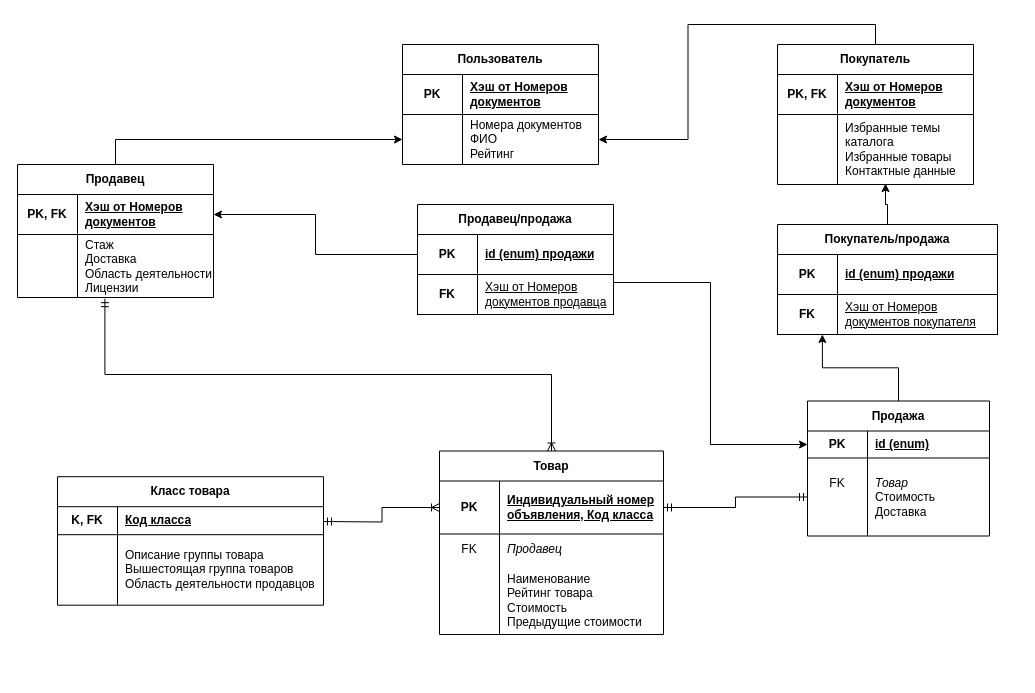
Above: page "Страница — 2" (2 of 2) of Диаграмма без названия.drawio in Djuckman/Compilers2 (draw.io), before the change. Source tidied: cells renumbered, new cells numbered last; positions are measured from the earlier drawing's top-left corner, leaving out a move shared by most shapes. Both pictures are drawn from the tidied source at 100%, with x=0, y=0 at pixel (17, 44).
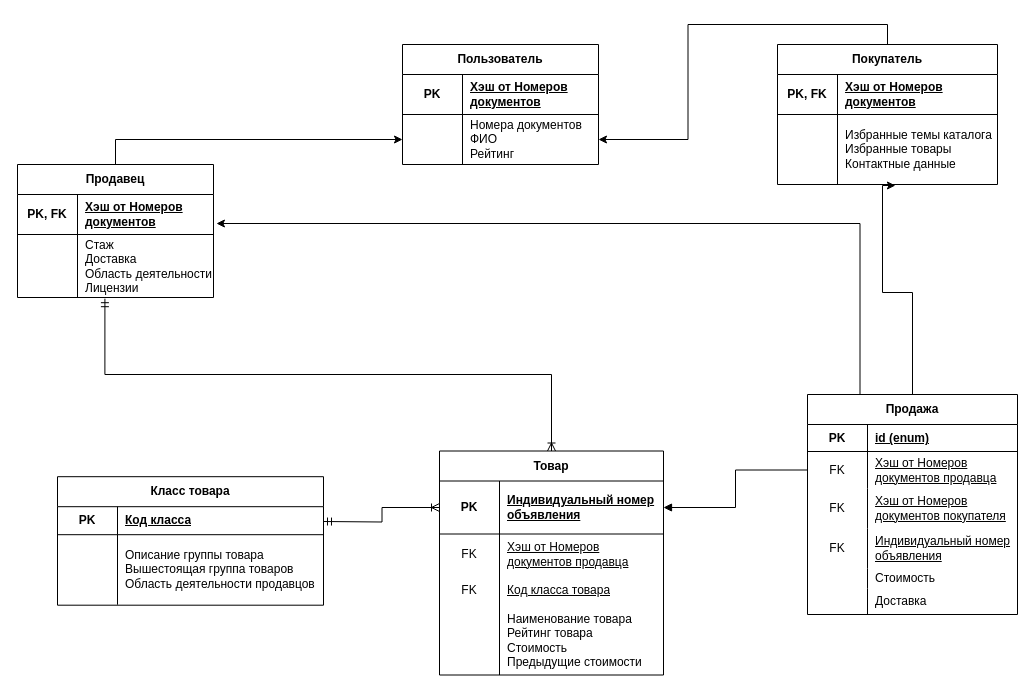
The same page after the edit.

The change refers to these unchanged cells:
```xml
<mxCell id="22" style="shape=tableRow;horizontal=0;startSize=0;swimlaneHead=0;swimlaneBody=0;fillColor=none;points=[[0,0.5],[1,0.5]];portConstraint=eastwest;top=0;left=0;right=0;bottom=1;html=1;" parent="21" vertex="1">
  <mxGeometry y="30" width="224" height="53" as="geometry" />
</mxCell>
<mxCell id="32" style="shape=tableRow;horizontal=0;startSize=0;swimlaneHead=0;swimlaneBody=0;fillColor=none;top=0;left=0;right=0;bottom=1;html=1;" parent="31" vertex="1">
  <mxGeometry y="30" width="266" height="28" as="geometry" />
</mxCell>
<mxCell id="42" style="shape=tableRow;horizontal=0;startSize=0;swimlaneHead=0;swimlaneBody=0;fillColor=none;points=[[0,0.5],[1,0.5]];portConstraint=eastwest;top=0;left=0;right=0;bottom=1;html=1;" parent="41" vertex="1">
  <mxGeometry y="30" width="196" height="40" as="geometry" />
</mxCell>
```

Change to the diagram source:
```diff
@@
-    <mxCell id="13" value="Продажа" style="shape=table;startSize=30;childLayout=tableLayout;rowLines=0;fontStyle=1;align=center;html=1;whiteSpace=wrap;" parent="1" vertex="1">
-      <mxGeometry x="790" y="356.5" width="182" height="135" as="geometry" />
-    </mxCell>
-    <mxCell id="14" style="shape=tableRow;horizontal=0;startSize=0;swimlaneHead=0;swimlaneBody=0;fillColor=none;points=[[0,0.5],[1,0.5]];portConstraint=eastwest;top=0;left=0;right=0;bottom=1;html=1;" parent="13" vertex="1">
-      <mxGeometry y="30" width="182" height="27" as="geometry" />
-    </mxCell>
-    <mxCell id="15" value="PK" style="shape=partialRectangle;fillColor=none;top=0;left=0;bottom=0;right=0;fontStyle=1;overflow=hidden;html=1;whiteSpace=wrap;" parent="14" vertex="1">
-      <mxGeometry width="60" height="27" as="geometry" />
-    </mxCell>
-    <mxCell id="16" value="id (enum)" style="shape=partialRectangle;fillColor=none;top=0;left=0;bottom=0;right=0;align=left;spacingLeft=6;fontStyle=5;overflow=hidden;html=1;whiteSpace=wrap;" parent="14" vertex="1">
-      <mxGeometry x="60" width="122" height="27" as="geometry" />
-    </mxCell>
-    <mxCell id="17" style="shape=tableRow;horizontal=0;startSize=0;swimlaneHead=0;swimlaneBody=0;fillColor=none;points=[[0,0.5],[1,0.5]];portConstraint=eastwest;top=0;left=0;right=0;bottom=0;html=1;" parent="13" vertex="1">
-      <mxGeometry y="57" width="182" height="78" as="geometry" />
-    </mxCell>
-    <mxCell id="18" value="&lt;div&gt;FK&lt;/div&gt;&lt;div&gt;&lt;br&gt;&lt;/div&gt;&lt;div&gt;&lt;br&gt;&lt;/div&gt;" style="shape=partialRectangle;fillColor=none;top=0;left=0;bottom=0;right=0;overflow=hidden;html=1;whiteSpace=wrap;" parent="17" vertex="1">
-      <mxGeometry width="60" height="78" as="geometry" />
-    </mxCell>
-    <mxCell id="19" value="&lt;div&gt;&lt;i style=&quot;background-color: initial;&quot;&gt;Товар&lt;/i&gt;&lt;br&gt;&lt;/div&gt;&lt;div&gt;Стоимость&lt;/div&gt;&lt;div&gt;Доставка&lt;/div&gt;" style="shape=partialRectangle;fillColor=none;top=0;left=0;bottom=0;right=0;align=left;spacingLeft=6;overflow=hidden;html=1;whiteSpace=wrap;" parent="17" vertex="1">
-      <mxGeometry x="60" width="122" height="78" as="geometry" />
-    </mxCell>
@@
     <mxCell id="21" value="Товар" style="shape=table;startSize=30;childLayout=tableLayout;rowLines=0;fontStyle=1;align=center;html=1;whiteSpace=wrap;" parent="1" vertex="1">
-      <mxGeometry x="422" y="406.5" width="224" height="183.5" as="geometry" />
+      <mxGeometry x="422" y="406.5" width="224" height="224" as="geometry" />
     </mxCell>
@@
-    <mxCell id="24" value="Индивидуальный номер объявления, Код класса" style="shape=partialRectangle;fillColor=none;top=0;left=0;bottom=0;right=0;align=left;spacingLeft=6;fontStyle=5;overflow=hidden;html=1;whiteSpace=wrap;" parent="22" vertex="1">
+    <mxCell id="24" value="Индивидуальный номер объявления" style="shape=partialRectangle;fillColor=none;top=0;left=0;bottom=0;right=0;align=left;spacingLeft=6;fontStyle=5;overflow=hidden;html=1;whiteSpace=wrap;" parent="22" vertex="1">
       <mxGeometry x="60" width="164" height="53" as="geometry" />
     </mxCell>
     <mxCell id="25" style="shape=tableRow;horizontal=0;startSize=0;swimlaneHead=0;swimlaneBody=0;fillColor=none;top=0;left=0;right=0;bottom=0;html=1;" parent="21" vertex="1">
-      <mxGeometry y="83" width="224" height="31" as="geometry" />
+      <mxGeometry y="83" width="224" height="41" as="geometry" />
     </mxCell>
     <mxCell id="26" value="FK" style="shape=partialRectangle;fillColor=none;top=0;left=0;bottom=0;right=0;overflow=hidden;html=1;whiteSpace=wrap;" parent="25" vertex="1">
-      <mxGeometry width="60" height="31" as="geometry" />
+      <mxGeometry width="60" height="41" as="geometry" />
     </mxCell>
-    <mxCell id="27" value="&lt;div&gt;&lt;i&gt;Продавец&lt;/i&gt;&lt;/div&gt;" style="shape=partialRectangle;fillColor=none;top=0;left=0;bottom=0;right=0;align=left;spacingLeft=6;overflow=hidden;html=1;whiteSpace=wrap;" parent="25" vertex="1">
-      <mxGeometry x="60" width="164" height="31" as="geometry" />
+    <mxCell id="27" value="&lt;span style=&quot;text-decoration-line: underline;&quot;&gt;Хэш от Номеров документов продавца&lt;/span&gt;" style="shape=partialRectangle;fillColor=none;top=0;left=0;bottom=0;right=0;align=left;spacingLeft=6;overflow=hidden;html=1;whiteSpace=wrap;" parent="25" vertex="1">
+      <mxGeometry x="60" width="164" height="41" as="geometry" />
     </mxCell>
+    <mxCell id="73" style="shape=tableRow;horizontal=0;startSize=0;swimlaneHead=0;swimlaneBody=0;fillColor=none;top=0;left=0;right=0;bottom=0;html=1;" parent="21" vertex="1">
+      <mxGeometry y="124" width="224" height="30" as="geometry" />
+    </mxCell>
+    <mxCell id="74" value="FK" style="shape=partialRectangle;fillColor=none;top=0;left=0;bottom=0;right=0;overflow=hidden;html=1;whiteSpace=wrap;" parent="73" vertex="1">
+      <mxGeometry width="60" height="30" as="geometry" />
+    </mxCell>
+    <mxCell id="75" value="&lt;u&gt;Код класса товара&lt;/u&gt;" style="shape=partialRectangle;fillColor=none;top=0;left=0;bottom=0;right=0;align=left;spacingLeft=6;overflow=hidden;html=1;whiteSpace=wrap;" parent="73" vertex="1">
+      <mxGeometry x="60" width="164" height="30" as="geometry" />
+    </mxCell>
     <mxCell id="28" style="shape=tableRow;horizontal=0;startSize=0;swimlaneHead=0;swimlaneBody=0;fillColor=none;top=0;left=0;right=0;bottom=0;html=1;" parent="21" vertex="1">
-      <mxGeometry y="114" width="224" height="70" as="geometry" />
+      <mxGeometry y="154" width="224" height="70" as="geometry" />
     </mxCell>
@@
-    <mxCell id="30" value="&lt;div&gt;&lt;span style=&quot;background-color: initial;&quot;&gt;Наименование&lt;/span&gt;&lt;br&gt;&lt;/div&gt;Рейтинг товара&lt;div&gt;Стоимость&lt;/div&gt;&lt;div&gt;Предыдущие стоимости&lt;/div&gt;" style="shape=partialRectangle;fillColor=none;top=0;left=0;bottom=0;right=0;align=left;spacingLeft=6;overflow=hidden;html=1;whiteSpace=wrap;" parent="28" vertex="1">
+    <mxCell id="30" value="&lt;div&gt;&lt;span style=&quot;background-color: initial;&quot;&gt;Наименование товара&lt;/span&gt;&lt;br&gt;&lt;/div&gt;Рейтинг товара&lt;div&gt;Стоимость&lt;/div&gt;&lt;div&gt;Предыдущие стоимости&lt;/div&gt;" style="shape=partialRectangle;fillColor=none;top=0;left=0;bottom=0;right=0;align=left;spacingLeft=6;overflow=hidden;html=1;whiteSpace=wrap;" parent="28" vertex="1">
       <mxGeometry x="60" width="164" height="70" as="geometry" />
     </mxCell>
@@
-    <mxCell id="33" value="K, FK" style="shape=partialRectangle;fillColor=none;top=0;left=0;bottom=0;right=0;fontStyle=1;overflow=hidden;html=1;whiteSpace=wrap;" parent="32" vertex="1">
+    <mxCell id="33" value="PK" style="shape=partialRectangle;fillColor=none;top=0;left=0;bottom=0;right=0;fontStyle=1;overflow=hidden;html=1;whiteSpace=wrap;" parent="32" vertex="1">
       <mxGeometry width="60" height="28" as="geometry" />
     </mxCell>
@@
-    <mxCell id="40" style="edgeStyle=orthogonalEdgeStyle;rounded=0;jettySize=auto;html=1;exitX=0;exitY=0.5;exitDx=0;exitDy=0;entryX=1;entryY=0.5;entryDx=0;entryDy=0;startArrow=ERmandOne;startFill=0;endArrow=ERmandOne;endFill=0;" parent="1" edge="1" source="17" target="22">
+    <mxCell id="40" style="edgeStyle=orthogonalEdgeStyle;rounded=0;jettySize=auto;html=1;exitX=0;exitY=0.5;exitDx=0;exitDy=0;entryX=1;entryY=0.5;entryDx=0;entryDy=0;startArrow=none;startFill=0;endArrow=block;endFill=1;" parent="1" edge="1" source="17" target="22">
       <mxGeometry relative="1" as="geometry" />
     </mxCell>
@@
     <mxCell id="48" value="Покупатель" style="shape=table;startSize=30;childLayout=tableLayout;rowLines=0;fontStyle=1;align=center;html=1;whiteSpace=wrap;" parent="1" vertex="1">
-      <mxGeometry x="760" width="196" height="140" as="geometry" />
+      <mxGeometry x="760" width="220" height="140" as="geometry" />
     </mxCell>
     <mxCell id="49" style="shape=tableRow;horizontal=0;startSize=0;swimlaneHead=0;swimlaneBody=0;fillColor=none;top=0;left=0;right=0;bottom=1;html=1;" parent="48" vertex="1">
-      <mxGeometry y="30" width="196" height="40" as="geometry" />
+      <mxGeometry y="30" width="220" height="40" as="geometry" />
     </mxCell>
@@
     <mxCell id="51" value="Хэш от Номеров документов" style="shape=partialRectangle;fillColor=none;top=0;left=0;bottom=0;right=0;align=left;spacingLeft=6;fontStyle=5;overflow=hidden;html=1;whiteSpace=wrap;" parent="49" vertex="1">
-      <mxGeometry x="60" width="136" height="40" as="geometry" />
+      <mxGeometry x="60" width="160" height="40" as="geometry" />
     </mxCell>
     <mxCell id="52" style="shape=tableRow;horizontal=0;startSize=0;swimlaneHead=0;swimlaneBody=0;fillColor=none;points=[[0,0.5],[1,0.5]];portConstraint=eastwest;top=0;left=0;right=0;bottom=0;html=1;" parent="48" vertex="1">
-      <mxGeometry y="70" width="196" height="70" as="geometry" />
+      <mxGeometry y="70" width="220" height="70" as="geometry" />
     </mxCell>
@@
     <mxCell id="54" value="&lt;div&gt;Избранные темы каталога&lt;br&gt;&lt;/div&gt;Избранные товары&lt;div&gt;Контактные данные&lt;/div&gt;&lt;div&gt;&lt;/div&gt;" style="shape=partialRectangle;fillColor=none;top=0;left=0;bottom=0;right=0;align=left;spacingLeft=6;overflow=hidden;html=1;whiteSpace=wrap;" parent="52" vertex="1">
-      <mxGeometry x="60" width="136" height="70" as="geometry" />
+      <mxGeometry x="60" width="160" height="70" as="geometry" />
     </mxCell>
-    <mxCell id="55" value="Продавец/продажа" style="shape=table;startSize=30;childLayout=tableLayout;rowLines=0;fontStyle=1;align=center;html=1;whiteSpace=wrap;" parent="1" vertex="1">
-      <mxGeometry x="400" y="160" width="196" height="110" as="geometry" />
-    </mxCell>
-    <mxCell id="56" style="shape=tableRow;horizontal=0;startSize=0;swimlaneHead=0;swimlaneBody=0;fillColor=none;points=[[0,0.5],[1,0.5]];portConstraint=eastwest;top=0;left=0;right=0;bottom=1;html=1;" parent="55" vertex="1">
-      <mxGeometry y="30" width="196" height="40" as="geometry" />
-    </mxCell>
-    <mxCell id="57" value="PK" style="shape=partialRectangle;fillColor=none;top=0;left=0;bottom=0;right=0;fontStyle=1;overflow=hidden;html=1;whiteSpace=wrap;" parent="56" vertex="1">
-      <mxGeometry width="60" height="40" as="geometry" />
-    </mxCell>
-    <mxCell id="58" value="id (enum) продажи" style="shape=partialRectangle;fillColor=none;top=0;left=0;bottom=0;right=0;align=left;spacingLeft=6;fontStyle=5;overflow=hidden;html=1;whiteSpace=wrap;" parent="56" vertex="1">
-      <mxGeometry x="60" width="136" height="40" as="geometry" />
-    </mxCell>
-    <mxCell id="59" style="shape=tableRow;horizontal=0;startSize=0;swimlaneHead=0;swimlaneBody=0;fillColor=none;points=[[0,0.5],[1,0.5]];portConstraint=eastwest;top=0;left=0;right=0;bottom=1;html=1;" parent="55" vertex="1">
-      <mxGeometry y="70" width="196" height="40" as="geometry" />
-    </mxCell>
-    <mxCell id="60" value="FK" style="shape=partialRectangle;fillColor=none;top=0;left=0;bottom=0;right=0;fontStyle=1;overflow=hidden;html=1;whiteSpace=wrap;" parent="59" vertex="1">
-      <mxGeometry width="60" height="40" as="geometry" />
-    </mxCell>
-    <mxCell id="61" value="&lt;span style=&quot;font-weight: normal;&quot;&gt;Хэш от Номеров документов продавца&lt;/span&gt;" style="shape=partialRectangle;fillColor=none;top=0;left=0;bottom=0;right=0;align=left;spacingLeft=6;fontStyle=5;overflow=hidden;html=1;whiteSpace=wrap;" parent="59" vertex="1">
-      <mxGeometry x="60" width="136" height="40" as="geometry" />
-    </mxCell>
-    <mxCell id="62" style="edgeStyle=orthogonalEdgeStyle;rounded=0;jettySize=auto;html=1;exitX=0;exitY=0.5;exitDx=0;exitDy=0;entryX=1;entryY=0.5;entryDx=0;entryDy=0;" parent="1" edge="1" source="56" target="42">
-      <mxGeometry relative="1" as="geometry" />
-    </mxCell>
-    <mxCell id="63" style="edgeStyle=orthogonalEdgeStyle;rounded=0;jettySize=auto;html=1;exitX=1;exitY=0.2;exitDx=0;exitDy=0;entryX=0;entryY=0.5;entryDx=0;entryDy=0;exitPerimeter=0;" parent="1" edge="1" source="59" target="14">
-      <mxGeometry relative="1" as="geometry" />
-    </mxCell>
-    <mxCell id="64" style="edgeStyle=orthogonalEdgeStyle;rounded=0;jettySize=auto;html=1;exitX=0.5;exitY=0;exitDx=0;exitDy=0;entryX=0.204;entryY=1;entryDx=0;entryDy=0;entryPerimeter=0;" parent="1" edge="1" source="13" target="69">
-      <mxGeometry relative="1" as="geometry" />
-    </mxCell>
-    <mxCell id="65" value="Покупатель/продажа" style="shape=table;startSize=30;childLayout=tableLayout;rowLines=0;fontStyle=1;align=center;html=1;whiteSpace=wrap;" parent="1" vertex="1">
-      <mxGeometry x="760" y="180" width="220" height="110" as="geometry" />
-    </mxCell>
-    <mxCell id="66" style="shape=tableRow;horizontal=0;startSize=0;swimlaneHead=0;swimlaneBody=0;fillColor=none;top=0;left=0;right=0;bottom=1;html=1;" parent="65" vertex="1">
-      <mxGeometry y="30" width="220" height="40" as="geometry" />
-    </mxCell>
-    <mxCell id="67" value="PK" style="shape=partialRectangle;fillColor=none;top=0;left=0;bottom=0;right=0;fontStyle=1;overflow=hidden;html=1;whiteSpace=wrap;" parent="66" vertex="1">
-      <mxGeometry width="60" height="40" as="geometry" />
-    </mxCell>
-    <mxCell id="68" value="id (enum) продажи" style="shape=partialRectangle;fillColor=none;top=0;left=0;bottom=0;right=0;align=left;spacingLeft=6;fontStyle=5;overflow=hidden;html=1;whiteSpace=wrap;" parent="66" vertex="1">
-      <mxGeometry x="60" width="160" height="40" as="geometry" />
-    </mxCell>
-    <mxCell id="69" style="shape=tableRow;horizontal=0;startSize=0;swimlaneHead=0;swimlaneBody=0;fillColor=none;points=[[0,0.5],[1,0.5]];portConstraint=eastwest;top=0;left=0;right=0;bottom=1;html=1;" parent="65" vertex="1">
-      <mxGeometry y="70" width="220" height="40" as="geometry" />
-    </mxCell>
-    <mxCell id="70" value="FK" style="shape=partialRectangle;fillColor=none;top=0;left=0;bottom=0;right=0;fontStyle=1;overflow=hidden;html=1;whiteSpace=wrap;" parent="69" vertex="1">
-      <mxGeometry width="60" height="40" as="geometry" />
-    </mxCell>
+    <mxCell id="76" style="edgeStyle=orthogonalEdgeStyle;rounded=0;jettySize=auto;html=1;exitX=0.5;exitY=0;exitDx=0;exitDy=0;entryX=0.536;entryY=1.014;entryDx=0;entryDy=0;entryPerimeter=0;" parent="1" edge="1" source="13" target="52">
+      <mxGeometry relative="1" as="geometry">
+        <Array as="points">
+          <mxPoint x="895" y="248" />
+          <mxPoint x="865" y="248" />
+        </Array>
+      </mxGeometry>
+    </mxCell>
+    <mxCell id="77" style="edgeStyle=orthogonalEdgeStyle;rounded=0;jettySize=auto;html=1;exitX=0.25;exitY=0;exitDx=0;exitDy=0;entryX=1.015;entryY=0.725;entryDx=0;entryDy=0;entryPerimeter=0;" parent="1" edge="1" source="13" target="42">
+      <mxGeometry relative="1" as="geometry" />
+    </mxCell>
+    <mxCell id="13" value="Продажа" style="shape=table;startSize=30;childLayout=tableLayout;rowLines=0;fontStyle=1;align=center;html=1;whiteSpace=wrap;" parent="1" vertex="1">
+      <mxGeometry x="790" y="350" width="210" height="220" as="geometry" />
+    </mxCell>
+    <mxCell id="14" style="shape=tableRow;horizontal=0;startSize=0;swimlaneHead=0;swimlaneBody=0;fillColor=none;points=[[0,0.5],[1,0.5]];portConstraint=eastwest;top=0;left=0;right=0;bottom=1;html=1;" parent="13" vertex="1">
+      <mxGeometry y="30" width="210" height="27" as="geometry" />
+    </mxCell>
+    <mxCell id="15" value="PK" style="shape=partialRectangle;fillColor=none;top=0;left=0;bottom=0;right=0;fontStyle=1;overflow=hidden;html=1;whiteSpace=wrap;" parent="14" vertex="1">
+      <mxGeometry width="60" height="27" as="geometry" />
+    </mxCell>
+    <mxCell id="16" value="id (enum)" style="shape=partialRectangle;fillColor=none;top=0;left=0;bottom=0;right=0;align=left;spacingLeft=6;fontStyle=5;overflow=hidden;html=1;whiteSpace=wrap;" parent="14" vertex="1">
+      <mxGeometry x="60" width="150" height="27" as="geometry" />
+    </mxCell>
+    <mxCell id="17" style="shape=tableRow;horizontal=0;startSize=0;swimlaneHead=0;swimlaneBody=0;fillColor=none;points=[[0,0.5],[1,0.5]];portConstraint=eastwest;top=0;left=0;right=0;bottom=0;html=1;" parent="13" vertex="1">
+      <mxGeometry y="57" width="210" height="37" as="geometry" />
+    </mxCell>
+    <mxCell id="18" value="&lt;div&gt;FK&lt;/div&gt;" style="shape=partialRectangle;fillColor=none;top=0;left=0;bottom=0;right=0;overflow=hidden;html=1;whiteSpace=wrap;" parent="17" vertex="1">
+      <mxGeometry width="60" height="37" as="geometry" />
+    </mxCell>
+    <mxCell id="19" value="&lt;span style=&quot;text-decoration-line: underline;&quot;&gt;Хэш от Номеров документов продавца&lt;/span&gt;" style="shape=partialRectangle;fillColor=none;top=0;left=0;bottom=0;right=0;align=left;spacingLeft=6;overflow=hidden;html=1;whiteSpace=wrap;" parent="17" vertex="1">
+      <mxGeometry x="60" width="150" height="37" as="geometry" />
+    </mxCell>
+    <mxCell id="78" style="shape=tableRow;horizontal=0;startSize=0;swimlaneHead=0;swimlaneBody=0;fillColor=none;top=0;left=0;right=0;bottom=0;html=1;" parent="13" vertex="1">
+      <mxGeometry y="94" width="210" height="40" as="geometry" />
+    </mxCell>
+    <mxCell id="79" value="&lt;div&gt;FK&lt;/div&gt;" style="shape=partialRectangle;fillColor=none;top=0;left=0;bottom=0;right=0;overflow=hidden;html=1;whiteSpace=wrap;" parent="78" vertex="1">
+      <mxGeometry width="60" height="40" as="geometry" />
+    </mxCell>
-    <mxCell id="71" value="&lt;span style=&quot;font-weight: normal;&quot;&gt;Хэш от Номеров документов покупателя&lt;/span&gt;" style="shape=partialRectangle;fillColor=none;top=0;left=0;bottom=0;right=0;align=left;spacingLeft=6;fontStyle=5;overflow=hidden;html=1;whiteSpace=wrap;" parent="69" vertex="1">
-      <mxGeometry x="60" width="160" height="40" as="geometry" />
+    <mxCell id="71" value="&lt;span style=&quot;text-decoration-line: underline;&quot;&gt;Хэш от Номеров документов покупателя&lt;/span&gt;" style="shape=partialRectangle;fillColor=none;top=0;left=0;bottom=0;right=0;align=left;spacingLeft=6;overflow=hidden;html=1;whiteSpace=wrap;" parent="78" vertex="1">
+      <mxGeometry x="60" width="150" height="40" as="geometry" />
     </mxCell>
-    <mxCell id="72" style="edgeStyle=orthogonalEdgeStyle;rounded=0;jettySize=auto;html=1;exitX=0.5;exitY=0;exitDx=0;exitDy=0;entryX=0.551;entryY=0.986;entryDx=0;entryDy=0;entryPerimeter=0;" parent="1" edge="1" source="65" target="52">
-      <mxGeometry relative="1" as="geometry" />
-    </mxCell>
+    <mxCell id="80" style="shape=tableRow;horizontal=0;startSize=0;swimlaneHead=0;swimlaneBody=0;fillColor=none;top=0;left=0;right=0;bottom=0;html=1;" parent="13" vertex="1">
+      <mxGeometry y="134" width="210" height="40" as="geometry" />
+    </mxCell>
+    <mxCell id="81" value="&lt;div&gt;FK&lt;/div&gt;" style="shape=partialRectangle;fillColor=none;top=0;left=0;bottom=0;right=0;overflow=hidden;html=1;whiteSpace=wrap;" parent="80" vertex="1">
+      <mxGeometry width="60" height="40" as="geometry" />
+    </mxCell>
+    <mxCell id="82" value="&lt;div&gt;&lt;span style=&quot;background-color: initial;&quot;&gt;&lt;u style=&quot;&quot;&gt;Индивидуальный номер объявления&lt;/u&gt;&lt;/span&gt;&lt;/div&gt;" style="shape=partialRectangle;fillColor=none;top=0;left=0;bottom=0;right=0;align=left;spacingLeft=6;overflow=hidden;html=1;whiteSpace=wrap;" parent="80" vertex="1">
+      <mxGeometry x="60" width="150" height="40" as="geometry" />
+    </mxCell>
+    <mxCell id="83" style="shape=tableRow;horizontal=0;startSize=0;swimlaneHead=0;swimlaneBody=0;fillColor=none;top=0;left=0;right=0;bottom=0;html=1;" parent="13" vertex="1">
+      <mxGeometry y="174" width="210" height="20" as="geometry" />
+    </mxCell>
+    <mxCell id="84" value="&lt;div&gt;&lt;br&gt;&lt;/div&gt;" style="shape=partialRectangle;fillColor=none;top=0;left=0;bottom=0;right=0;overflow=hidden;html=1;whiteSpace=wrap;" parent="83" vertex="1">
+      <mxGeometry width="60" height="20" as="geometry" />
+    </mxCell>
+    <mxCell id="85" value="&lt;div&gt;&lt;span style=&quot;background-color: initial;&quot;&gt;Стоимость&lt;/span&gt;&lt;/div&gt;" style="shape=partialRectangle;fillColor=none;top=0;left=0;bottom=0;right=0;align=left;spacingLeft=6;overflow=hidden;html=1;whiteSpace=wrap;" parent="83" vertex="1">
+      <mxGeometry x="60" width="150" height="20" as="geometry" />
+    </mxCell>
+    <mxCell id="86" style="shape=tableRow;horizontal=0;startSize=0;swimlaneHead=0;swimlaneBody=0;fillColor=none;top=0;left=0;right=0;bottom=0;html=1;" parent="13" vertex="1">
+      <mxGeometry y="194" width="210" height="26" as="geometry" />
+    </mxCell>
+    <mxCell id="87" value="&lt;div&gt;&lt;br&gt;&lt;/div&gt;" style="shape=partialRectangle;fillColor=none;top=0;left=0;bottom=0;right=0;overflow=hidden;html=1;whiteSpace=wrap;" parent="86" vertex="1">
+      <mxGeometry width="60" height="26" as="geometry" />
+    </mxCell>
+    <mxCell id="88" value="&lt;div&gt;&lt;span style=&quot;background-color: initial;&quot;&gt;Доставка&lt;/span&gt;&lt;br&gt;&lt;/div&gt;" style="shape=partialRectangle;fillColor=none;top=0;left=0;bottom=0;right=0;align=left;spacingLeft=6;overflow=hidden;html=1;whiteSpace=wrap;" parent="86" vertex="1">
+      <mxGeometry x="60" width="150" height="26" as="geometry" />
+    </mxCell>
```
